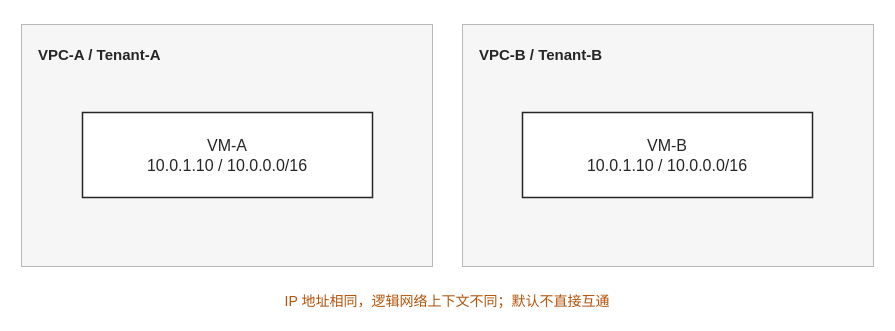
Above: diagrams/vpc-isolation.drawio in cafebeef1/cafebeef1.github.io (draw.io), before the change. Source tidied: cells renumbered, new cells numbered last; positions are measured from the earlier drawing's top-left corner, leaving out a move shared by most shapes. Both pictures are drawn from the tidied source at 100%, with x=0, y=0 at pixel (21, 24).
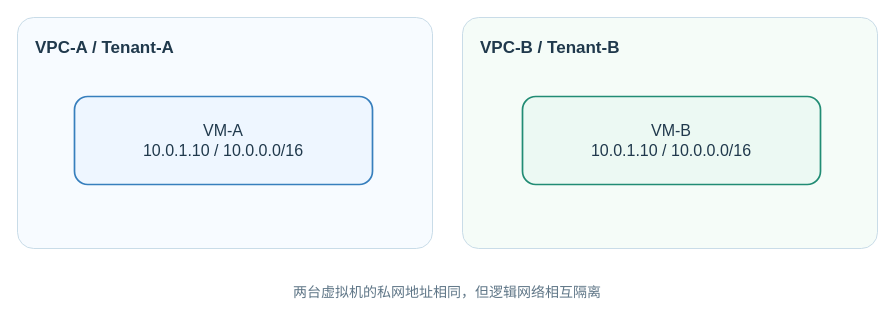
After the change.

Change to the diagram source:
```diff
@@
 <mxGraphModel>
   <root>
     <mxCell id="0" />
     <mxCell id="1" parent="0" />
-    <mxCell id="2" value="VPC-A / Tenant-A" style="rounded=0;whiteSpace=wrap;html=0;fillColor=#f6f6f6;strokeColor=#b8b8b8;strokeWidth=1;align=left;verticalAlign=top;spacingTop=15;spacingLeft=15;fontStyle=1;fontSize=15;fontColor=#262626;" parent="1" vertex="1">
-      <mxGeometry width="411" height="242" as="geometry" />
+    <mxCell id="2" value="VPC-A / Tenant-A" style="rounded=1;arcSize=7;whiteSpace=wrap;fillColor=#f7fbff;strokeColor=#c9dce8;fontSize=17;fontStyle=1;fontColor=#20394c;verticalAlign=top;align=left;spacingTop=14;spacingLeft=16;strokeWidth=1;" parent="1" vertex="1">
+      <mxGeometry x="-4" y="-7" width="415" height="231" as="geometry" />
     </mxCell>
-    <mxCell id="3" value="VPC-B / Tenant-B" style="rounded=0;whiteSpace=wrap;html=0;fillColor=#f6f6f6;strokeColor=#b8b8b8;strokeWidth=1;align=left;verticalAlign=top;spacingTop=15;spacingLeft=15;fontStyle=1;fontSize=15;fontColor=#262626;" parent="1" vertex="1">
-      <mxGeometry x="441" width="411" height="242" as="geometry" />
+    <mxCell id="3" value="VPC-B / Tenant-B" style="rounded=1;arcSize=7;whiteSpace=wrap;fillColor=#f5fcf8;strokeColor=#c9dce8;fontSize=17;fontStyle=1;fontColor=#20394c;verticalAlign=top;align=left;spacingTop=14;spacingLeft=16;strokeWidth=1;" parent="1" vertex="1">
+      <mxGeometry x="441" y="-7" width="415" height="231" as="geometry" />
     </mxCell>
-    <mxCell id="4" value="VM-A&#10;10.0.1.10 / 10.0.0.0/16" style="rounded=0;whiteSpace=wrap;html=0;fillColor=#fff;strokeColor=#262626;strokeWidth=1.5;fontSize=16;fontColor=#262626;align=center;verticalAlign=middle;spacing=5;" parent="1" vertex="1">
-      <mxGeometry x="61" y="88" width="290" height="85" as="geometry" />
+    <mxCell id="4" value="VM-A&#10;10.0.1.10  /  10.0.0.0/16" style="rounded=1;arcSize=15;whiteSpace=wrap;html=0;fillColor=#eef6ff;strokeColor=#377fbd;strokeWidth=1.7;fontSize=16;fontColor=#20394c;align=center;verticalAlign=middle;spacing=5;" parent="1" vertex="1">
+      <mxGeometry x="53" y="72" width="298" height="88" as="geometry" />
     </mxCell>
-    <mxCell id="5" value="VM-B&#10;10.0.1.10 / 10.0.0.0/16" style="rounded=0;whiteSpace=wrap;html=0;fillColor=#fff;strokeColor=#262626;strokeWidth=1.5;fontSize=16;fontColor=#262626;align=center;verticalAlign=middle;spacing=5;" parent="1" vertex="1">
-      <mxGeometry x="501" y="88" width="290" height="85" as="geometry" />
+    <mxCell id="5" value="VM-B&#10;10.0.1.10  /  10.0.0.0/16" style="rounded=1;arcSize=15;whiteSpace=wrap;html=0;fillColor=#ecf9f3;strokeColor=#218c74;strokeWidth=1.7;fontSize=16;fontColor=#20394c;align=center;verticalAlign=middle;spacing=5;" parent="1" vertex="1">
+      <mxGeometry x="501" y="72" width="298" height="88" as="geometry" />
     </mxCell>
-    <mxCell id="6" value="IP 地址相同，逻辑网络上下文不同；默认不直接互通" style="text;html=0;strokeColor=none;fillColor=none;align=center;verticalAlign=middle;fontColor=#b45309;fontSize=14;" parent="1" vertex="1">
-      <mxGeometry x="196" y="262" width="460" height="27" as="geometry" />
+    <mxCell id="6" value="两台虚拟机的私网地址相同，但逻辑网络相互隔离" style="text;html=0;whiteSpace=wrap;fillColor=none;strokeColor=none;fontColor=#5f7687;fontSize=14;align=center;verticalAlign=middle;" parent="1" vertex="1">
+      <mxGeometry x="6" y="254" width="840" height="28" as="geometry" />
     </mxCell>
   </root>
 </mxGraphModel>
```
